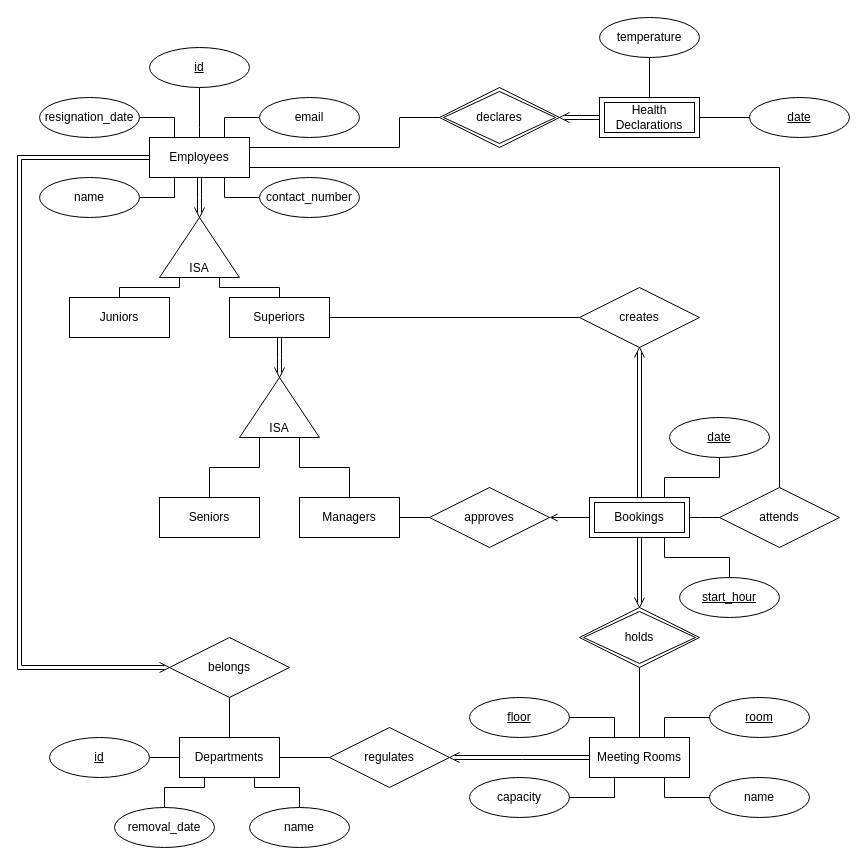
dextertanyj/CS2102-Database-Systems keeps this draw.io diagram as ER Diagram.drawio. Above is the earlier version. Source tidied: cells renumbered, new cells numbered last; positions are measured from the earlier drawing's top-left corner, leaving out a move shared by most shapes. Both pictures are drawn from the tidied source at 100%, with x=0, y=0 at pixel (19, 17).
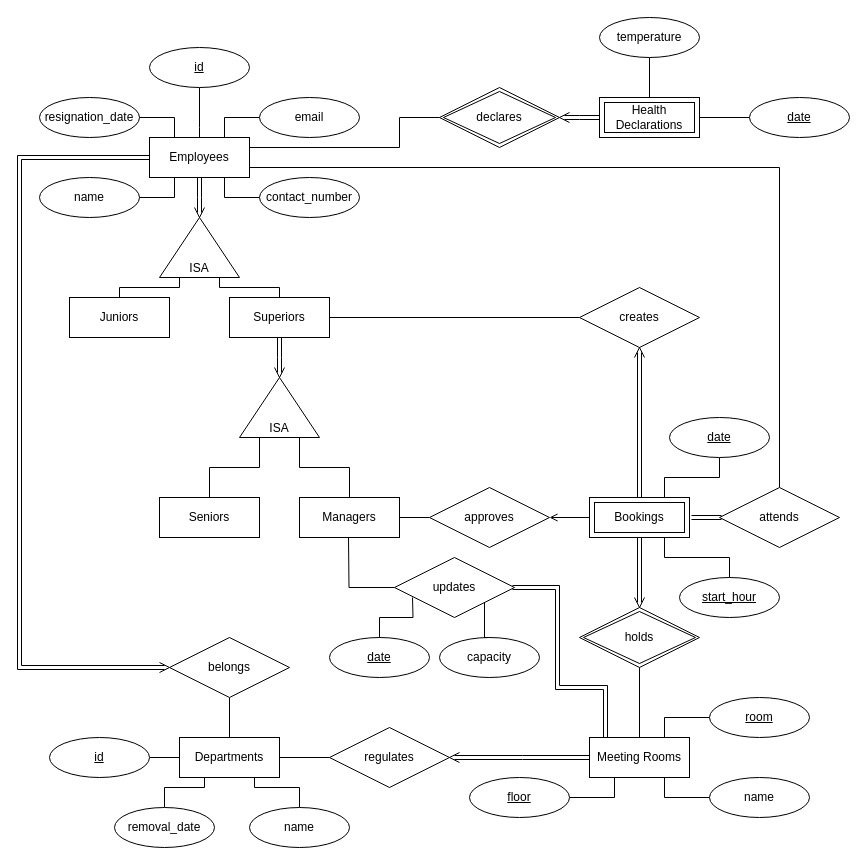
Above is the later version.

The change refers to these unchanged cells:
```xml
<mxCell id="7" value="Meeting Rooms" style="whiteSpace=wrap;html=1;align=center;" parent="1" vertex="1">
  <mxGeometry x="570" y="720" width="100" height="40" as="geometry" />
</mxCell>
<mxCell id="47" value="attends" style="shape=rhombus;perimeter=rhombusPerimeter;whiteSpace=wrap;html=1;align=center;" parent="1" vertex="1">
  <mxGeometry x="700" y="470" width="120" height="60" as="geometry" />
</mxCell>
```

The edit, as a diff of the source:
```diff
@@
-    <mxCell id="37" style="edgeStyle=orthogonalEdgeStyle;rounded=0;jettySize=auto;html=1;entryX=0.25;entryY=0;entryDx=0;entryDy=0;endArrow=none;endFill=0;" parent="1" edge="1" source="38" target="7">
-      <mxGeometry relative="1" as="geometry" />
+    <mxCell id="37" style="edgeStyle=orthogonalEdgeStyle;rounded=0;jettySize=auto;html=1;endArrow=none;endFill=0;" parent="1" edge="1" source="38">
+      <mxGeometry relative="1" as="geometry">
+        <mxPoint x="595" y="760" as="targetPoint" />
+        <Array as="points">
+          <mxPoint x="595" y="780" />
+        </Array>
+      </mxGeometry>
     </mxCell>
     <mxCell id="38" value="floor" style="ellipse;whiteSpace=wrap;html=1;align=center;fontStyle=4;" parent="1" vertex="1">
-      <mxGeometry x="450" y="680" width="100" height="40" as="geometry" />
+      <mxGeometry x="450" y="760" width="100" height="40" as="geometry" />
     </mxCell>
-    <mxCell id="39" style="edgeStyle=orthogonalEdgeStyle;rounded=0;jettySize=auto;html=1;entryX=0.25;entryY=1;entryDx=0;entryDy=0;endArrow=none;endFill=0;" parent="1" edge="1" source="40" target="7">
-      <mxGeometry relative="1" as="geometry" />
-    </mxCell>
-    <mxCell id="40" value="capacity" style="ellipse;whiteSpace=wrap;html=1;align=center;" parent="1" vertex="1">
-      <mxGeometry x="450" y="760" width="100" height="40" as="geometry" />
-    </mxCell>
@@
-    <mxCell id="45" style="edgeStyle=orthogonalEdgeStyle;rounded=0;jettySize=auto;html=1;endArrow=none;endFill=0;" parent="1" edge="1" source="47">
-      <mxGeometry relative="1" as="geometry">
-        <mxPoint x="670" y="500" as="targetPoint" />
-      </mxGeometry>
-    </mxCell>
@@
+    <mxCell id="93" style="shape=link;html=1;rounded=0;edgeStyle=orthogonalEdgeStyle;" parent="1" edge="1">
+      <mxGeometry relative="1" as="geometry">
+        <mxPoint x="672" y="500" as="sourcePoint" />
+        <mxPoint x="702" y="500" as="targetPoint" />
+      </mxGeometry>
+    </mxCell>
+    <mxCell id="94" value="updates" style="shape=rhombus;perimeter=rhombusPerimeter;whiteSpace=wrap;html=1;align=center;fillColor=#FFFFFF;" parent="1" vertex="1">
+      <mxGeometry x="375" y="540" width="120" height="60" as="geometry" />
+    </mxCell>
+    <mxCell id="95" style="shape=link;html=1;rounded=0;edgeStyle=orthogonalEdgeStyle;exitX=1;exitY=0.5;exitDx=0;exitDy=0;" parent="1" edge="1">
+      <mxGeometry relative="1" as="geometry">
+        <mxPoint x="493" y="570" as="sourcePoint" />
+        <mxPoint x="586" y="720" as="targetPoint" />
+        <Array as="points">
+          <mxPoint x="538" y="570" />
+          <mxPoint x="538" y="670" />
+          <mxPoint x="586" y="670" />
+        </Array>
+      </mxGeometry>
+    </mxCell>
+    <mxCell id="96" style="edgeStyle=orthogonalEdgeStyle;rounded=0;jettySize=auto;html=1;entryX=0.5;entryY=1;entryDx=0;entryDy=0;endArrow=none;endFill=0;exitX=0;exitY=0.5;exitDx=0;exitDy=0;" parent="1" edge="1" source="94">
+      <mxGeometry relative="1" as="geometry">
+        <mxPoint x="329" y="520" as="targetPoint" />
+      </mxGeometry>
+    </mxCell>
+    <mxCell id="97" value="date" style="ellipse;whiteSpace=wrap;html=1;align=center;fontStyle=4;" parent="1" vertex="1">
+      <mxGeometry x="310" y="620" width="100" height="40" as="geometry" />
+    </mxCell>
+    <mxCell id="40" value="capacity" style="ellipse;whiteSpace=wrap;html=1;align=center;" parent="1" vertex="1">
+      <mxGeometry x="420" y="620" width="100" height="40" as="geometry" />
+    </mxCell>
+    <mxCell id="98" style="edgeStyle=orthogonalEdgeStyle;rounded=0;jettySize=auto;html=1;entryX=0.75;entryY=1;entryDx=0;entryDy=0;endArrow=none;endFill=0;exitX=0.5;exitY=0;exitDx=0;exitDy=0;" parent="1" edge="1" source="97">
+      <mxGeometry relative="1" as="geometry">
+        <mxPoint x="393" y="580" as="targetPoint" />
+      </mxGeometry>
+    </mxCell>
+    <mxCell id="99" style="edgeStyle=orthogonalEdgeStyle;rounded=0;jettySize=auto;html=1;entryX=1;entryY=1;entryDx=0;entryDy=0;endArrow=none;endFill=0;exitX=0.5;exitY=0;exitDx=0;exitDy=0;" parent="1" edge="1" source="40" target="94">
+      <mxGeometry relative="1" as="geometry" />
+    </mxCell>
```
